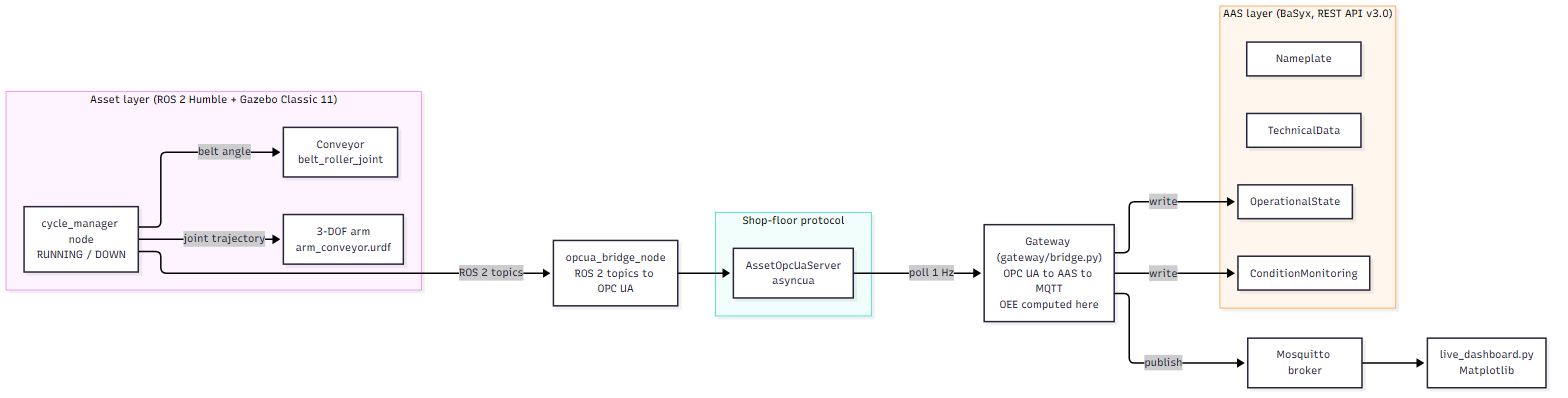
AbhishekDubasi09/aas-digital-twin keeps this Mermaid diagram as docs/diagrams/architecture.png. Above is the earlier version. Its source is kept beside it as docs/diagrams/architecture.mmd.
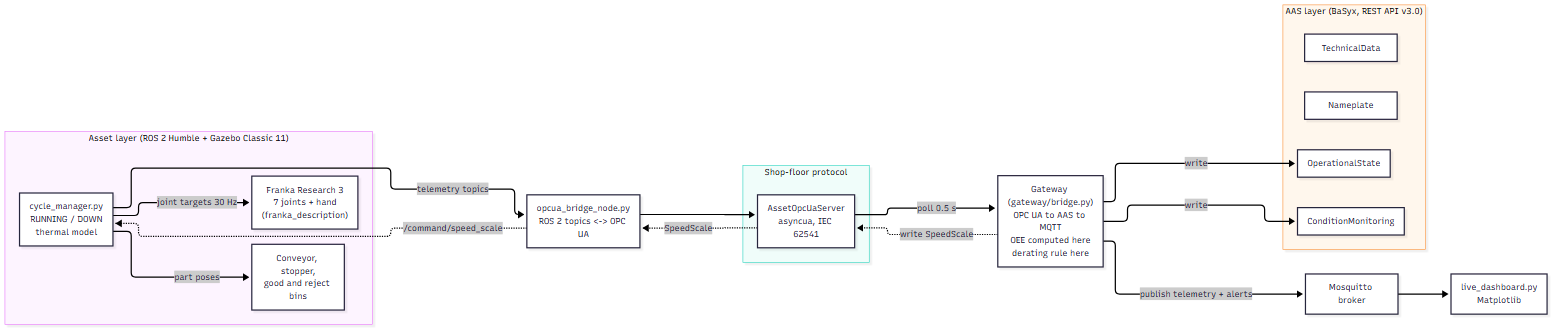
After the commit.

What changed in the source:
```diff
@@ -1,14 +1,14 @@
 flowchart LR
     subgraph Asset["Asset layer (ROS 2 Humble + Gazebo Classic 11)"]
-        Arm["3-DOF arm\narm_conveyor.urdf"]
-        Conv["Conveyor\nbelt_roller_joint"]
-        CM["cycle_manager node\nRUNNING / DOWN"]
-        CM -- "joint trajectory" --> Arm
-        CM -- "belt angle" --> Conv
+        Arm["Franka Research 3\n7 joints + hand\n(franka_description)"]
+        Conv["Conveyor, stopper,\ngood and reject bins"]
+        CM["cycle_manager.py\nRUNNING / DOWN\nthermal model"]
+        CM -- "joint targets 30 Hz" --> Arm
+        CM -- "part poses" --> Conv
     end
-    Bridge["opcua_bridge_node\nROS 2 topics to OPC UA"]
+    Bridge["opcua_bridge_node.py\nROS 2 topics <-> OPC UA"]
     subgraph Comm["Shop-floor protocol"]
-        OPC["AssetOpcUaServer\nasyncua"]
+        OPC["AssetOpcUaServer\nasyncua, IEC 62541"]
     end
     subgraph AAS["AAS layer (BaSyx, REST API v3.0)"]
         NP["Nameplate"]
@@ -16,11 +16,14 @@
         OS["OperationalState"]
         CMon["ConditionMonitoring"]
     end
-    GW["Gateway (gateway/bridge.py)\nOPC UA to AAS to MQTT\nOEE computed here"]
+    GW["Gateway (gateway/bridge.py)\nOPC UA to AAS to MQTT\nOEE computed here\nderating rule here"]
     MQ["Mosquitto broker"]
     DB["live_dashboard.py\nMatplotlib"]
-    CM -- "ROS 2 topics" --> Bridge --> OPC
-    OPC -- "poll 1 Hz" --> GW
+    CM -- "telemetry topics" --> Bridge --> OPC
+    OPC -- "poll 0.5 s" --> GW
     GW -- "write" --> OS
     GW -- "write" --> CMon
-    GW -- "publish" --> MQ --> DB
+    GW -- "publish telemetry + alerts" --> MQ --> DB
+    GW -. "write SpeedScale" .-> OPC
+    OPC -. "SpeedScale" .-> Bridge
+    Bridge -. "/command/speed_scale" .-> CM
```
